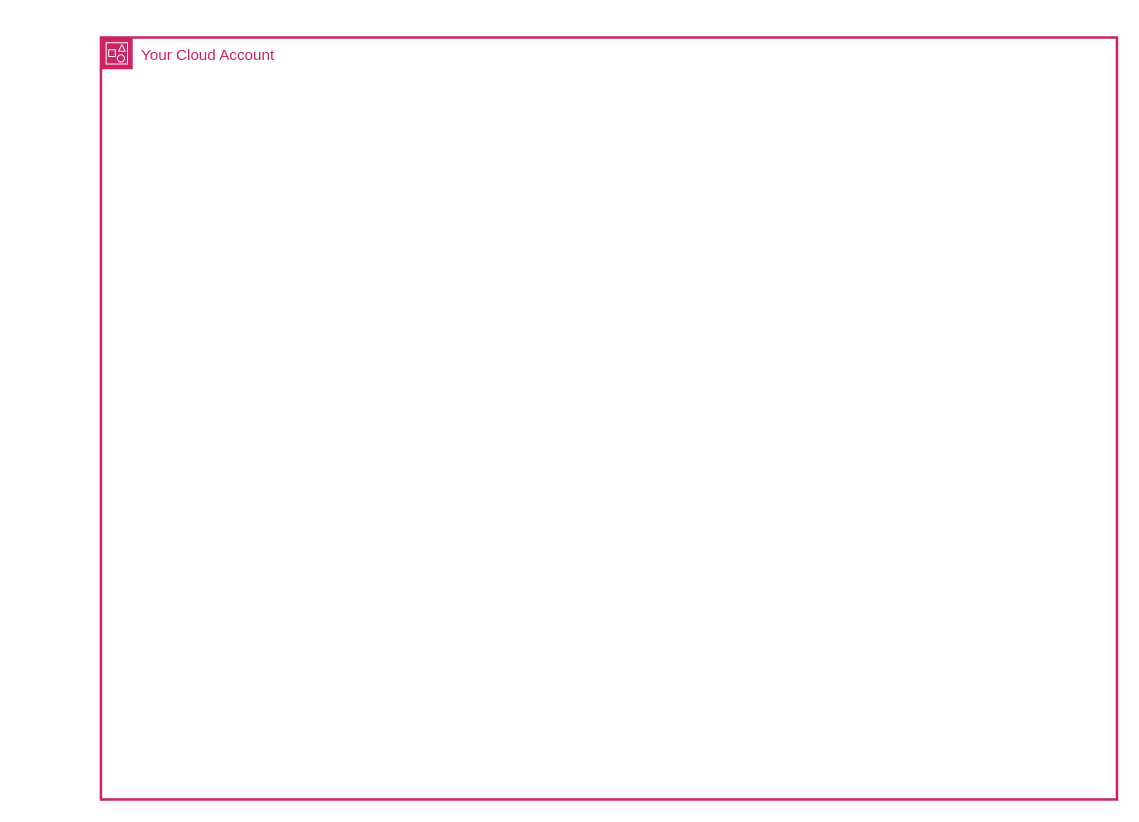
Before: byoc-overview.drawio in vintagewang/svgrepo, a draw.io diagram. Source tidied: cells renumbered, new cells numbered last; positions are measured from the earlier drawing's top-left corner, leaving out a move shared by most shapes. Both pictures are drawn from the tidied source at 127%, with x=0, y=0 at pixel (100, 37).
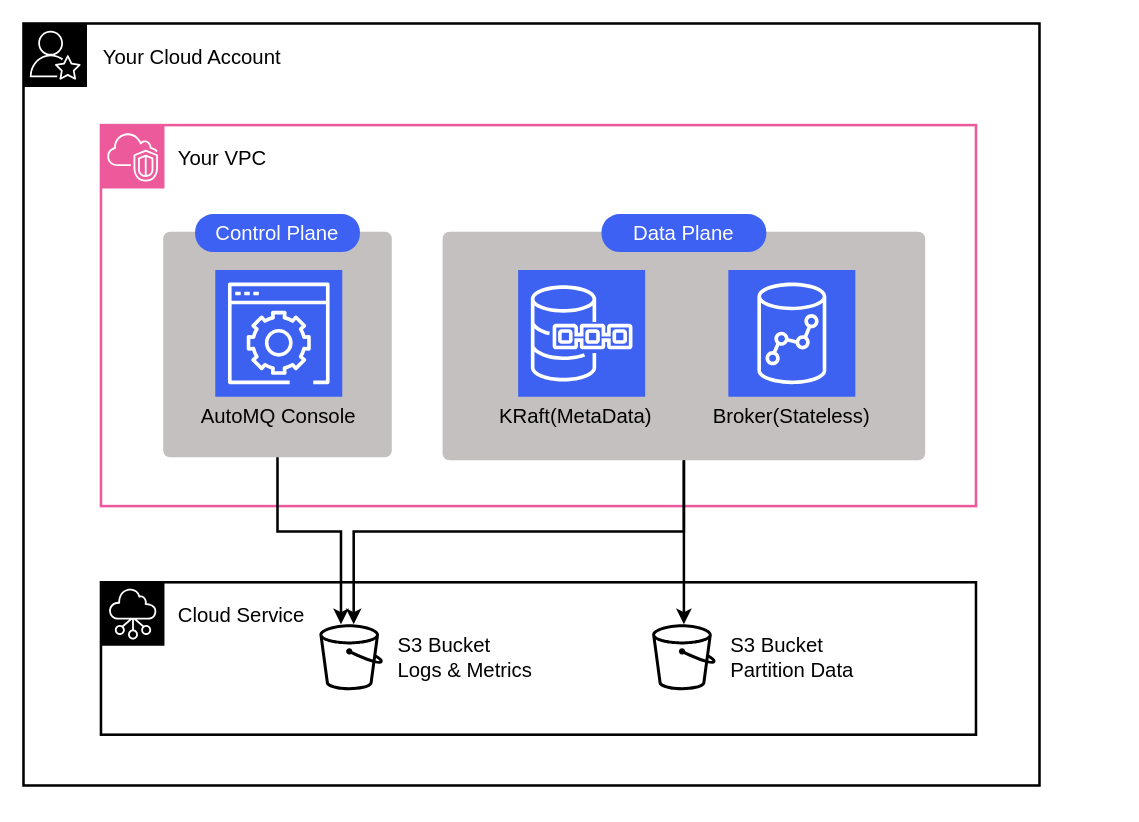
Above is the later version.

Diff of the diagram source:
```diff
@@
+    <mxCell id="3" style="rounded=0;whiteSpace=wrap;html=1;strokeWidth=2;fontSize=16;" parent="1" vertex="1">
+      <mxGeometry x="-61" y="-11" width="800" height="600" as="geometry" />
+    </mxCell>
+    <mxCell id="4" style="sketch=0;fontColor=#232F3E;fillColor=light-dark(#000000, #ff7cff);strokeColor=light-dark(#ffffff, #ededed);dashed=0;verticalLabelPosition=bottom;verticalAlign=top;align=center;html=1;fontSize=16;fontStyle=0;shape=mxgraph.aws4.resourceIcon;resIcon=mxgraph.aws4.professional_services;" parent="1" vertex="1">
+      <mxGeometry x="-61" y="-11" width="50" height="50" as="geometry" />
+    </mxCell>
-    <mxCell id="2" value="Your Cloud Account" style="gradientColor=none;html=1;whiteSpace=wrap;fontSize=12;fontStyle=0;shape=mxgraph.aws4.group;grIcon=mxgraph.aws4.group_account;strokeColor=#CD2264;fillColor=none;verticalAlign=top;align=left;spacingLeft=30;fontColor=#CD2264;dashed=0;strokeWidth=2;" parent="1" vertex="1">
-      <mxGeometry width="800" height="600" as="geometry" />
+    <mxCell id="2" value="Your Cloud Account" style="text;html=1;whiteSpace=wrap;strokeColor=none;fillColor=none;align=left;verticalAlign=middle;rounded=0;fontSize=16;" parent="1" vertex="1">
+      <mxGeometry width="170" height="30" as="geometry" />
     </mxCell>
+    <mxCell id="5" style="rounded=0;whiteSpace=wrap;html=1;strokeWidth=2;strokeColor=light-dark(#ed5a9c, #ededed);fontColor=light-dark(#ffffff, #ededed);fontSize=16;" parent="1" vertex="1">
+      <mxGeometry y="69" width="689" height="300" as="geometry" />
+    </mxCell>
+    <mxCell id="6" style="sketch=0;fontColor=#232F3E;fillColor=light-dark(#ed5a9b, #b17dff);strokeColor=#ffffff;dashed=0;verticalLabelPosition=bottom;verticalAlign=top;align=center;html=1;fontSize=16;fontStyle=0;shape=mxgraph.aws4.resourceIcon;resIcon=mxgraph.aws4.vpc;" parent="1" vertex="1">
+      <mxGeometry y="69" width="50" height="50" as="geometry" />
+    </mxCell>
+    <mxCell id="7" value="Your VPC" style="text;html=1;whiteSpace=wrap;strokeColor=none;fillColor=none;align=left;verticalAlign=middle;rounded=0;fontSize=16;" parent="1" vertex="1">
+      <mxGeometry x="59" y="80" width="170" height="30" as="geometry" />
+    </mxCell>
+    <mxCell id="8" style="rounded=1;whiteSpace=wrap;html=1;arcSize=3;strokeColor=none;fillColor=light-dark(#c4c0c0, #ededed);fontSize=16;" parent="1" vertex="1">
+      <mxGeometry x="49" y="153" width="180" height="177.5" as="geometry" />
+    </mxCell>
+    <mxCell id="9" style="rounded=1;whiteSpace=wrap;html=1;arcSize=3;strokeColor=none;fillColor=light-dark(#c4c0c0, #ededed);fontSize=16;" parent="1" vertex="1">
+      <mxGeometry x="269" y="153" width="380" height="180" as="geometry" />
+    </mxCell>
+    <mxCell id="10" value="Control Plane" style="rounded=1;whiteSpace=wrap;html=1;arcSize=48;fillColor=light-dark(#3d61f2, #ededed);strokeColor=none;fontColor=light-dark(#ffffff, #ededed);fontSize=16;" parent="1" vertex="1">
+      <mxGeometry x="74.1" y="139" width="129.8" height="30" as="geometry" />
+    </mxCell>
+    <mxCell id="11" style="rounded=0;whiteSpace=wrap;html=1;strokeWidth=2;fontSize=16;" parent="1" vertex="1">
+      <mxGeometry y="429" width="689" height="120" as="geometry" />
+    </mxCell>
+    <mxCell id="12" style="sketch=0;fontColor=#232F3E;fillColor=#000000;strokeColor=#ffffff;dashed=0;verticalLabelPosition=bottom;verticalAlign=top;align=center;html=1;fontSize=16;fontStyle=0;shape=mxgraph.aws4.resourceIcon;resIcon=mxgraph.aws4.networking_and_content_delivery;" parent="1" vertex="1">
+      <mxGeometry y="429" width="50" height="50" as="geometry" />
+    </mxCell>
+    <mxCell id="13" value="Cloud Service" style="text;html=1;whiteSpace=wrap;strokeColor=none;fillColor=none;align=left;verticalAlign=middle;rounded=0;fontSize=16;" parent="1" vertex="1">
+      <mxGeometry x="59" y="440" width="170" height="30" as="geometry" />
+    </mxCell>
+    <mxCell id="14" style="group;fontSize=16;" parent="1" vertex="1">
+      <mxGeometry x="172" y="462" width="230" height="52" as="geometry" />
+    </mxCell>
+    <mxCell id="15" style="sketch=0;outlineConnect=0;fontColor=#232F3E;gradientColor=none;fillColor=#000000;strokeColor=none;dashed=0;verticalLabelPosition=bottom;verticalAlign=top;align=center;html=1;fontSize=16;fontStyle=0;shape=mxgraph.aws4.bucket;" parent="14" vertex="1">
+      <mxGeometry width="50" height="52" as="geometry" />
+    </mxCell>
+    <mxCell id="16" value="S3 Bucket&lt;br&gt;Logs &amp;amp; Metrics" style="text;html=1;whiteSpace=wrap;strokeColor=none;fillColor=none;align=left;verticalAlign=middle;rounded=0;fontSize=16;" parent="14" vertex="1">
+      <mxGeometry x="60" y="11" width="170" height="30" as="geometry" />
+    </mxCell>
+    <mxCell id="17" style="endArrow=classic;html=1;rounded=0;strokeWidth=2;exitX=0.5;exitY=1;exitDx=0;exitDy=0;edgeStyle=orthogonalEdgeStyle;fontSize=16;" parent="1" edge="1" source="8" target="15">
+      <mxGeometry relative="1" as="geometry">
+        <Array as="points">
+          <mxPoint x="139" y="389" />
+          <mxPoint x="189" y="389" />
+        </Array>
+      </mxGeometry>
+    </mxCell>
+    <mxCell id="18" style="sketch=0;outlineConnect=0;fontColor=#232F3E;gradientColor=none;fillColor=#000000;strokeColor=none;dashed=0;verticalLabelPosition=bottom;verticalAlign=top;align=center;html=1;fontSize=16;fontStyle=0;shape=mxgraph.aws4.bucket;" parent="1" vertex="1">
+      <mxGeometry x="434" y="462" width="50" height="52" as="geometry" />
+    </mxCell>
+    <mxCell id="19" value="S3 Bucket&lt;br&gt;Partition Data" style="text;html=1;whiteSpace=wrap;strokeColor=none;fillColor=none;align=left;verticalAlign=middle;rounded=0;fontSize=16;" parent="1" vertex="1">
+      <mxGeometry x="494" y="473" width="170" height="30" as="geometry" />
+    </mxCell>
+    <mxCell id="20" style="endArrow=classic;html=1;rounded=0;strokeWidth=2;exitX=0.5;exitY=1;exitDx=0;exitDy=0;edgeStyle=orthogonalEdgeStyle;fontSize=16;" parent="1" edge="1" source="9" target="15">
+      <mxGeometry relative="1" as="geometry">
+        <Array as="points">
+          <mxPoint x="459" y="389" />
+          <mxPoint x="199" y="389" />
+        </Array>
+      </mxGeometry>
+    </mxCell>
+    <mxCell id="21" style="endArrow=classic;html=1;rounded=0;strokeWidth=2;exitX=0.5;exitY=1;exitDx=0;exitDy=0;fontSize=16;" parent="1" edge="1" source="9" target="18">
+      <mxGeometry relative="1" as="geometry" />
+    </mxCell>
+    <mxCell id="22" style="sketch=0;fontColor=#232F3E;fillColor=light-dark(#3c61f0, #ff81d9);strokeColor=#ffffff;dashed=0;verticalLabelPosition=bottom;verticalAlign=top;align=center;html=1;fontSize=16;fontStyle=0;shape=mxgraph.aws4.resourceIcon;resIcon=mxgraph.aws4.management_console;" parent="1" vertex="1">
+      <mxGeometry x="90" y="183" width="100" height="100" as="geometry" />
+    </mxCell>
+    <mxCell id="23" value="AutoMQ Console" style="text;html=1;whiteSpace=wrap;strokeColor=none;fillColor=none;align=center;verticalAlign=middle;rounded=0;fontSize=16;" parent="1" vertex="1">
+      <mxGeometry x="55" y="283" width="170" height="30" as="geometry" />
+    </mxCell>
+    <mxCell id="24" style="sketch=0;fontColor=#232F3E;fillColor=light-dark(#3d61f1, #ff7cff);strokeColor=#ffffff;dashed=0;verticalLabelPosition=bottom;verticalAlign=top;align=center;html=1;fontSize=16;fontStyle=0;shape=mxgraph.aws4.resourceIcon;resIcon=mxgraph.aws4.redshift;" parent="1" vertex="1">
+      <mxGeometry x="494" y="183" width="100" height="100" as="geometry" />
+    </mxCell>
+    <mxCell id="25" style="sketch=0;fontColor=#232F3E;fillColor=light-dark(#3d61f1, #ff7cff);strokeColor=#ffffff;dashed=0;verticalLabelPosition=bottom;verticalAlign=top;align=center;html=1;fontSize=16;fontStyle=0;shape=mxgraph.aws4.resourceIcon;resIcon=mxgraph.aws4.quantum_ledger_database;" parent="1" vertex="1">
+      <mxGeometry x="328.5" y="183" width="100" height="100" as="geometry" />
+    </mxCell>
+    <mxCell id="26" value="KRaft(MetaData)" style="text;html=1;whiteSpace=wrap;strokeColor=none;fillColor=none;align=center;verticalAlign=middle;rounded=0;fontSize=16;" parent="1" vertex="1">
+      <mxGeometry x="289" y="283" width="170" height="30" as="geometry" />
+    </mxCell>
+    <mxCell id="27" value="Broker(Stateless)" style="text;html=1;whiteSpace=wrap;strokeColor=none;fillColor=none;align=center;verticalAlign=middle;rounded=0;fontSize=16;" parent="1" vertex="1">
+      <mxGeometry x="459" y="283" width="170" height="30" as="geometry" />
+    </mxCell>
+    <mxCell id="28" value="Data Plane" style="rounded=1;whiteSpace=wrap;html=1;arcSize=48;fillColor=light-dark(#3d61f2, #ededed);strokeColor=none;fontColor=light-dark(#ffffff, #ededed);fontSize=16;" parent="1" vertex="1">
+      <mxGeometry x="394.1" y="139" width="129.8" height="30" as="geometry" />
+    </mxCell>
```
